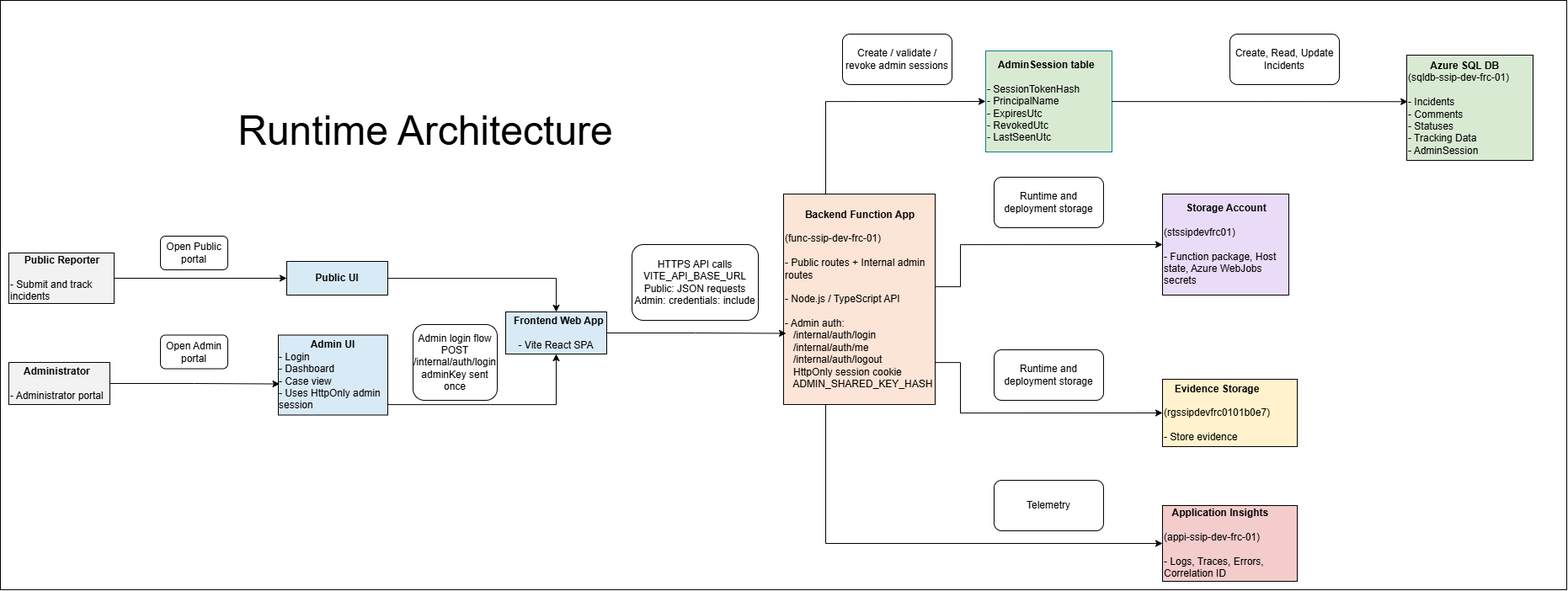
Before: docs/Architecture/Runtime_Architecture.png, a diagram exported from draw.io (erwanminguillon/secure-serverless-incident-portal). Source tidied: cells renumbered, new cells last; positions are measured from the earlier drawing's top-left corner, leaving out a move shared by most shapes.
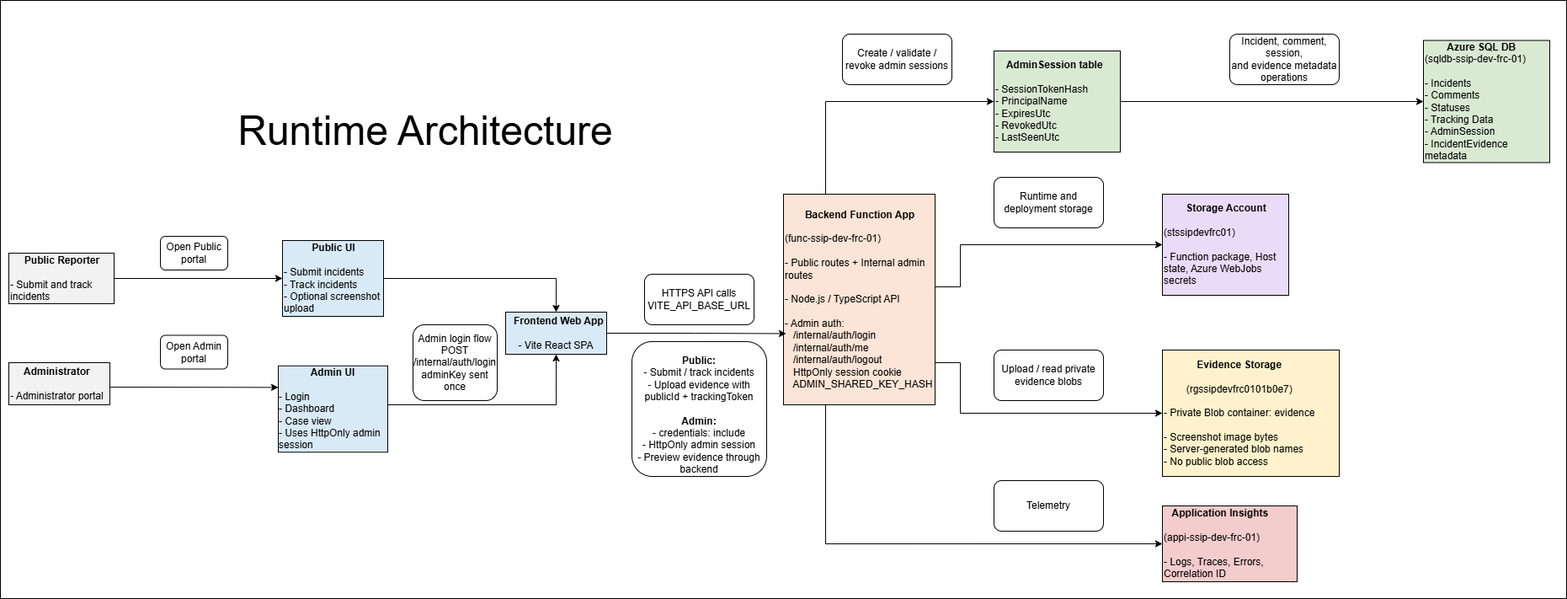
After the commit.

What changed in the source:
```diff
@@ -3,7 +3,7 @@
     <mxCell id="0" />
     <mxCell id="1" parent="0" />
     <mxCell id="2" style="rounded=0;whiteSpace=wrap;html=1;" parent="1" vertex="1">
-      <mxGeometry width="1860" height="700" as="geometry" />
+      <mxGeometry width="1860" height="710" as="geometry" />
     </mxCell>
     <mxCell id="3" style="edgeStyle=orthogonalEdgeStyle;rounded=0;jettySize=auto;html=1;entryX=0;entryY=0.5;entryDx=0;entryDy=0;" parent="1" edge="1" source="4" target="14">
       <mxGeometry relative="1" as="geometry" />
@@ -11,6 +11,14 @@
     <mxCell id="4" value="&lt;div style=&quot;text-align: center;&quot;&gt;&lt;span style=&quot;background-color: transparent; color: light-dark(rgb(0, 0, 0), rgb(255, 255, 255));&quot;&gt;&lt;b&gt;Public Reporter&lt;/b&gt;&lt;/span&gt;&lt;/div&gt;&lt;div style=&quot;text-align: center;&quot;&gt;&lt;span style=&quot;background-color: transparent; color: light-dark(rgb(0, 0, 0), rgb(255, 255, 255));&quot;&gt;&lt;b&gt;&lt;br&gt;&lt;/b&gt;&lt;/span&gt;&lt;/div&gt;&lt;div&gt;- Submit and track incidents&lt;/div&gt;" style="rounded=0;whiteSpace=wrap;html=1;align=left;fillColor=#F2F2F2;" parent="1" vertex="1">
       <mxGeometry x="10" y="300" width="125" height="60" as="geometry" />
     </mxCell>
+    <mxCell id="30" style="edgeStyle=orthogonalEdgeStyle;rounded=0;jettySize=auto;html=1;entryX=0;entryY=0.25;entryDx=0;entryDy=0;" parent="1" edge="1" source="5" target="16">
+      <mxGeometry relative="1" as="geometry">
+        <Array as="points">
+          <mxPoint x="180" y="459" />
+          <mxPoint x="180" y="459" />
+        </Array>
+      </mxGeometry>
+    </mxCell>
     <mxCell id="5" value="&lt;div style=&quot;text-align: center;&quot;&gt;&lt;span style=&quot;background-color: transparent; color: light-dark(rgb(0, 0, 0), rgb(255, 255, 255));&quot;&gt;&lt;b&gt;Administrator&lt;/b&gt;&lt;/span&gt;&lt;/div&gt;&lt;div style=&quot;text-align: center;&quot;&gt;&lt;span style=&quot;background-color: transparent; color: light-dark(rgb(0, 0, 0), rgb(255, 255, 255));&quot;&gt;&lt;b&gt;&lt;br&gt;&lt;/b&gt;&lt;/span&gt;&lt;/div&gt;&lt;div&gt;- Administrator portal&lt;/div&gt;" style="rounded=0;whiteSpace=wrap;html=1;align=left;strokeColor=default;verticalAlign=middle;fontFamily=Helvetica;fontSize=12;fontColor=default;fillColor=#F2F2F2;" parent="1" vertex="1">
       <mxGeometry x="10" y="430" width="120" height="50" as="geometry" />
     </mxCell>
@@ -51,14 +59,14 @@
     <mxCell id="11" value="&lt;div style=&quot;text-align: center;&quot;&gt;&lt;b style=&quot;background-color: transparent; color: light-dark(rgb(0, 0, 0), rgb(255, 255, 255));&quot;&gt;Backend Function App&lt;/b&gt;&lt;/div&gt;&lt;div style=&quot;text-align: center;&quot;&gt;&lt;br&gt;&lt;/div&gt;&lt;div style=&quot;&quot;&gt;(func-ssip-dev-frc-01)&lt;/div&gt;&lt;div style=&quot;&quot;&gt;&lt;br&gt;&lt;/div&gt;&lt;div style=&quot;&quot;&gt;- Public routes + Internal admin routes&lt;/div&gt;&lt;div&gt;&lt;br&gt;&lt;/div&gt;&lt;div style=&quot;&quot;&gt;- Node.js / TypeScript API&lt;/div&gt;&lt;div style=&quot;&quot;&gt;&lt;br&gt;&lt;/div&gt;&lt;div style=&quot;&quot;&gt;-&amp;nbsp;&lt;span style=&quot;background-color: transparent; color: light-dark(rgb(0, 0, 0), rgb(255, 255, 255));&quot;&gt;Admin auth:&lt;/span&gt;&lt;/div&gt;&lt;div class=&quot;scriptor-paragraph&quot;&gt;&lt;span&gt;&amp;nbsp; &amp;nbsp;/internal/auth/login&lt;/span&gt;&lt;/div&gt;&lt;div class=&quot;scriptor-paragraph&quot;&gt;&lt;span&gt;&amp;nbsp; &amp;nbsp;/internal/auth/me&lt;/span&gt;&lt;/div&gt;&lt;div class=&quot;scriptor-paragraph&quot;&gt;&lt;span&gt;&amp;nbsp; &amp;nbsp;/internal/auth/logout&lt;/span&gt;&lt;/div&gt;&lt;div class=&quot;scriptor-paragraph&quot;&gt;&lt;span&gt;&amp;nbsp; &amp;nbsp;HttpOnly session cookie&lt;/span&gt;&lt;/div&gt;&lt;div class=&quot;scriptor-paragraph&quot;&gt;&lt;span&gt;&amp;nbsp; &amp;nbsp;ADMIN_SHARED_KEY_HASH&lt;/span&gt;&lt;/div&gt;" style="rounded=0;whiteSpace=wrap;html=1;align=left;fillColor=light-dark(#fce4d6, #ededed);" parent="1" vertex="1">
       <mxGeometry x="930" y="230" width="180" height="250" as="geometry" />
     </mxCell>
-    <mxCell id="12" value="&lt;div style=&quot;&quot;&gt;&lt;div class=&quot;scriptor-paragraph&quot;&gt;&lt;span&gt;&lt;b&gt;&amp;nbsp; &amp;nbsp; &amp;nbsp; &amp;nbsp; Azure SQL DB&lt;/b&gt;&lt;/span&gt;&lt;/div&gt;&lt;div class=&quot;scriptor-paragraph&quot;&gt;&lt;span&gt;(sqldb-ssip-dev-frc-01)&lt;/span&gt;&lt;/div&gt;&lt;br class=&quot;scriptor-paragraph&quot;&gt;&lt;div class=&quot;scriptor-paragraph&quot;&gt;&lt;span&gt;- Incidents&lt;/span&gt;&lt;/div&gt;&lt;div class=&quot;scriptor-paragraph&quot;&gt;&lt;span&gt;- Comments&lt;/span&gt;&lt;/div&gt;&lt;div class=&quot;scriptor-paragraph&quot;&gt;&lt;span&gt;- Statuses&lt;/span&gt;&lt;/div&gt;&lt;div class=&quot;scriptor-paragraph&quot;&gt;&lt;span&gt;- Tracking Data&lt;/span&gt;&lt;/div&gt;&lt;div class=&quot;scriptor-paragraph&quot;&gt;&lt;span&gt;- AdminSession&lt;/span&gt;&lt;/div&gt;&lt;/div&gt;" style="rounded=0;whiteSpace=wrap;html=1;align=left;fillColor=light-dark(#d9ead3, #ededed);" parent="1" vertex="1">
-      <mxGeometry x="1670" y="65" width="150" height="125" as="geometry" />
+    <mxCell id="12" value="&lt;div style=&quot;&quot;&gt;&lt;div class=&quot;scriptor-paragraph&quot;&gt;&lt;span&gt;&lt;b&gt;&amp;nbsp; &amp;nbsp; &amp;nbsp; &amp;nbsp; Azure SQL DB&lt;/b&gt;&lt;/span&gt;&lt;/div&gt;&lt;div class=&quot;scriptor-paragraph&quot;&gt;&lt;span&gt;(sqldb-ssip-dev-frc-01)&lt;/span&gt;&lt;/div&gt;&lt;br class=&quot;scriptor-paragraph&quot;&gt;&lt;div class=&quot;scriptor-paragraph&quot;&gt;&lt;span&gt;- Incidents&lt;/span&gt;&lt;/div&gt;&lt;div class=&quot;scriptor-paragraph&quot;&gt;&lt;span&gt;- Comments&lt;/span&gt;&lt;/div&gt;&lt;div class=&quot;scriptor-paragraph&quot;&gt;&lt;span&gt;- Statuses&lt;/span&gt;&lt;/div&gt;&lt;div class=&quot;scriptor-paragraph&quot;&gt;&lt;span&gt;- Tracking Data&lt;/span&gt;&lt;/div&gt;&lt;div class=&quot;scriptor-paragraph&quot;&gt;&lt;span&gt;- AdminSession&lt;/span&gt;&lt;/div&gt;&lt;div class=&quot;scriptor-paragraph&quot;&gt;&lt;span&gt;- IncidentEvidence metadata&lt;/span&gt;&lt;span&gt;&lt;/span&gt;&lt;/div&gt;&lt;/div&gt;" style="rounded=0;whiteSpace=wrap;html=1;align=left;fillColor=light-dark(#d9ead3, #ededed);" parent="1" vertex="1">
+      <mxGeometry x="1690" y="47.5" width="150" height="145" as="geometry" />
     </mxCell>
     <mxCell id="13" style="edgeStyle=orthogonalEdgeStyle;rounded=0;jettySize=auto;html=1;entryX=0.5;entryY=0;entryDx=0;entryDy=0;" parent="1" edge="1" source="14" target="6">
       <mxGeometry relative="1" as="geometry" />
     </mxCell>
-    <mxCell id="14" value="&lt;b&gt;Public UI&lt;/b&gt;" style="rounded=0;whiteSpace=wrap;html=1;strokeColor=default;fillColor=light-dark(#d9eaf7, #ededed);" parent="1" vertex="1">
-      <mxGeometry x="340" y="310" width="120" height="40" as="geometry" />
+    <mxCell id="14" value="&lt;div style=&quot;text-align: center;&quot;&gt;&lt;b style=&quot;background-color: transparent; color: light-dark(rgb(0, 0, 0), rgb(255, 255, 255));&quot;&gt;Public UI&lt;/b&gt;&lt;/div&gt;&lt;div style=&quot;text-align: center;&quot;&gt;&lt;b style=&quot;background-color: transparent; color: light-dark(rgb(0, 0, 0), rgb(255, 255, 255));&quot;&gt;&lt;br&gt;&lt;/b&gt;&lt;/div&gt;&lt;div&gt;&lt;div class=&quot;scriptor-paragraph&quot;&gt;&lt;span&gt;- Submit incidents&lt;/span&gt;&lt;/div&gt;&lt;div class=&quot;scriptor-paragraph&quot;&gt;&lt;span&gt;- Track incidents&lt;/span&gt;&lt;/div&gt;&lt;div class=&quot;scriptor-paragraph&quot;&gt;&lt;span&gt;- Optional screenshot upload&lt;/span&gt;&lt;/div&gt;&lt;/div&gt;" style="rounded=0;whiteSpace=wrap;html=1;strokeColor=default;fillColor=light-dark(#d9eaf7, #ededed);align=left;" parent="1" vertex="1">
+      <mxGeometry x="335" y="285" width="120" height="90" as="geometry" />
     </mxCell>
     <mxCell id="15" style="edgeStyle=orthogonalEdgeStyle;rounded=0;jettySize=auto;html=1;entryX=0.5;entryY=1;entryDx=0;entryDy=0;" parent="1" edge="1" source="16" target="6">
       <mxGeometry relative="1" as="geometry">
@@ -67,14 +75,14 @@
         </Array>
       </mxGeometry>
     </mxCell>
-    <mxCell id="16" value="&lt;div class=&quot;scriptor-paragraph&quot;&gt;&lt;span&gt;&lt;b&gt;Admin UI&lt;/b&gt;&lt;/span&gt;&lt;/div&gt;&lt;div class=&quot;scriptor-paragraph&quot; style=&quot;text-align: left;&quot;&gt;&lt;span&gt;- Login&lt;/span&gt;&lt;/div&gt;&lt;div class=&quot;scriptor-paragraph&quot; style=&quot;text-align: left;&quot;&gt;&lt;span&gt;- Dashboard&lt;/span&gt;&lt;/div&gt;&lt;div class=&quot;scriptor-paragraph&quot; style=&quot;text-align: left;&quot;&gt;&lt;span&gt;- Case view&lt;/span&gt;&lt;/div&gt;&lt;div class=&quot;scriptor-paragraph&quot; style=&quot;text-align: left;&quot;&gt;&lt;span&gt;- Uses HttpOnly admin session&lt;/span&gt;&lt;/div&gt;" style="rounded=0;whiteSpace=wrap;html=1;strokeColor=default;align=center;verticalAlign=middle;fontFamily=Helvetica;fontSize=12;fontColor=default;fillColor=light-dark(#d9eaf7, #ededed);" parent="1" vertex="1">
-      <mxGeometry x="330" y="397.5" width="130" height="95" as="geometry" />
+    <mxCell id="16" value="&lt;div class=&quot;scriptor-paragraph&quot;&gt;&lt;span&gt;&lt;b&gt;Admin UI&lt;/b&gt;&lt;/span&gt;&lt;/div&gt;&lt;div class=&quot;scriptor-paragraph&quot;&gt;&lt;span&gt;&lt;b&gt;&lt;br&gt;&lt;/b&gt;&lt;/span&gt;&lt;/div&gt;&lt;div class=&quot;scriptor-paragraph&quot; style=&quot;text-align: left;&quot;&gt;&lt;span&gt;- Login&lt;/span&gt;&lt;/div&gt;&lt;div class=&quot;scriptor-paragraph&quot; style=&quot;text-align: left;&quot;&gt;&lt;span&gt;- Dashboard&lt;/span&gt;&lt;/div&gt;&lt;div class=&quot;scriptor-paragraph&quot; style=&quot;text-align: left;&quot;&gt;&lt;span&gt;- Case view&lt;/span&gt;&lt;/div&gt;&lt;div class=&quot;scriptor-paragraph&quot; style=&quot;text-align: left;&quot;&gt;&lt;span&gt;- Uses HttpOnly admin session&lt;/span&gt;&lt;/div&gt;" style="rounded=0;whiteSpace=wrap;html=1;strokeColor=default;align=center;verticalAlign=middle;fontFamily=Helvetica;fontSize=12;fontColor=default;fillColor=light-dark(#d9eaf7, #ededed);" parent="1" vertex="1">
+      <mxGeometry x="330" y="433.8" width="130" height="102.5" as="geometry" />
     </mxCell>
     <mxCell id="17" value="&lt;div style=&quot;text-align: center;&quot;&gt;&lt;b style=&quot;background-color: transparent; color: light-dark(rgb(0, 0, 0), rgb(255, 255, 255));&quot;&gt;Storage Account&lt;/b&gt;&lt;/div&gt;&lt;div&gt;&lt;br&gt;&lt;div&gt;(stssipdevfrc01)&lt;/div&gt;&lt;div&gt;&lt;br&gt;&lt;/div&gt;&lt;div&gt;- Function package, Host state, Azure WebJobs secrets&amp;nbsp;&lt;/div&gt;&lt;/div&gt;" style="rounded=0;whiteSpace=wrap;html=1;align=left;fillColor=light-dark(#eadcf8, #ededed);" parent="1" vertex="1">
       <mxGeometry x="1380" y="230" width="150" height="120" as="geometry" />
     </mxCell>
-    <mxCell id="18" value="&lt;div style=&quot;text-align: center;&quot;&gt;&lt;b style=&quot;background-color: transparent; color: light-dark(rgb(0, 0, 0), rgb(255, 255, 255));&quot;&gt;Evidence Storage&lt;/b&gt;&lt;/div&gt;&lt;div style=&quot;text-align: center;&quot;&gt;&lt;span style=&quot;background-color: transparent; color: light-dark(rgb(0, 0, 0), rgb(255, 255, 255));&quot;&gt;&lt;br&gt;&lt;/span&gt;&lt;/div&gt;&lt;div style=&quot;text-align: center;&quot;&gt;&lt;span style=&quot;background-color: transparent; color: light-dark(rgb(0, 0, 0), rgb(255, 255, 255));&quot;&gt;(rgssipdevfrc0101b0e7)&lt;/span&gt;&lt;/div&gt;&lt;div&gt;&lt;br&gt;&lt;/div&gt;&lt;div&gt;- Store evidence&amp;nbsp;&lt;/div&gt;" style="rounded=0;whiteSpace=wrap;html=1;align=left;fillColor=light-dark(#fff2cc, #ededed);" parent="1" vertex="1">
-      <mxGeometry x="1380" y="450" width="160" height="80" as="geometry" />
+    <mxCell id="18" value="&lt;div style=&quot;text-align: center;&quot;&gt;&lt;b style=&quot;background-color: transparent; color: light-dark(rgb(0, 0, 0), rgb(255, 255, 255));&quot;&gt;Evidence Storage&lt;/b&gt;&lt;/div&gt;&lt;div style=&quot;text-align: center;&quot;&gt;&lt;span style=&quot;background-color: transparent; color: light-dark(rgb(0, 0, 0), rgb(255, 255, 255));&quot;&gt;&lt;br&gt;&lt;/span&gt;&lt;/div&gt;&lt;div style=&quot;text-align: center;&quot;&gt;&lt;span style=&quot;background-color: transparent; color: light-dark(rgb(0, 0, 0), rgb(255, 255, 255));&quot;&gt;(rgssipdevfrc0101b0e7)&lt;/span&gt;&lt;/div&gt;&lt;div&gt;&lt;br&gt;&lt;/div&gt;&lt;div&gt;-&amp;nbsp;&lt;span style=&quot;background-color: transparent; color: light-dark(rgb(0, 0, 0), rgb(255, 255, 255));&quot;&gt;Private Blob container: evidence&lt;/span&gt;&lt;/div&gt;&lt;br class=&quot;scriptor-paragraph&quot;&gt;&lt;div class=&quot;scriptor-paragraph&quot;&gt;&lt;span&gt;- Screenshot image bytes&lt;/span&gt;&lt;/div&gt;&lt;div class=&quot;scriptor-paragraph&quot;&gt;&lt;span&gt;- Server-generated blob names&lt;/span&gt;&lt;/div&gt;&lt;div class=&quot;scriptor-paragraph&quot;&gt;&lt;span&gt;- No public blob access&lt;/span&gt;&lt;/div&gt;" style="rounded=0;whiteSpace=wrap;html=1;align=left;fillColor=light-dark(#fff2cc, #ededed);" parent="1" vertex="1">
+      <mxGeometry x="1380" y="415" width="210" height="150" as="geometry" />
     </mxCell>
     <mxCell id="19" value="&lt;div style=&quot;text-align: center;&quot;&gt;&lt;b style=&quot;background-color: transparent; color: light-dark(rgb(0, 0, 0), rgb(255, 255, 255));&quot;&gt;&amp;nbsp; &amp;nbsp;Application Insights&lt;/b&gt;&lt;/div&gt;&lt;div&gt;&lt;br&gt;&lt;/div&gt;&lt;div&gt;(appi-ssip-dev-frc-01)&lt;/div&gt;&lt;div&gt;&lt;br&gt;&lt;/div&gt;&lt;div&gt;- Logs, Traces, Errors,&lt;/div&gt;&lt;div&gt;Correlation ID&amp;nbsp;&lt;/div&gt;" style="rounded=0;whiteSpace=wrap;html=1;align=left;fillColor=light-dark(#f4cccc, #ededed);" parent="1" vertex="1">
       <mxGeometry x="1380" y="600" width="160" height="90" as="geometry" />
@@ -85,16 +93,16 @@
     <mxCell id="21" value="Open Admin portal" style="rounded=1;whiteSpace=wrap;html=1;" parent="1" vertex="1">
       <mxGeometry x="190" y="397.5" width="80" height="40" as="geometry" />
     </mxCell>
-    <mxCell id="22" value="&lt;div class=&quot;scriptor-paragraph&quot;&gt;&lt;span&gt;HTTPS API calls&lt;/span&gt;&lt;/div&gt;&lt;div class=&quot;scriptor-paragraph&quot;&gt;&lt;span&gt;VITE_API_BASE_URL&lt;/span&gt;&lt;/div&gt;&lt;div class=&quot;scriptor-paragraph&quot;&gt;&lt;span&gt;Public: JSON requests&lt;/span&gt;&lt;/div&gt;&lt;div class=&quot;scriptor-paragraph&quot;&gt;&lt;span&gt;Admin: credentials: include&lt;/span&gt;&lt;/div&gt;" style="rounded=1;whiteSpace=wrap;html=1;" parent="1" vertex="1">
-      <mxGeometry x="750" y="290" width="150" height="90" as="geometry" />
+    <mxCell id="22" value="&lt;div class=&quot;scriptor-paragraph&quot;&gt;&lt;span&gt;HTTPS API calls&lt;/span&gt;&lt;/div&gt;&lt;div class=&quot;scriptor-paragraph&quot;&gt;&lt;span&gt;VITE_API_BASE_URL&lt;/span&gt;&lt;/div&gt;" style="rounded=1;whiteSpace=wrap;html=1;" parent="1" vertex="1">
+      <mxGeometry x="765" y="325" width="130" height="60" as="geometry" />
     </mxCell>
-    <mxCell id="23" value="Create, Read, Update Incidents" style="rounded=1;whiteSpace=wrap;html=1;" parent="1" vertex="1">
+    <mxCell id="23" value="&lt;div class=&quot;scriptor-paragraph&quot;&gt;&lt;span&gt;Incident, comment, session,&lt;/span&gt;&lt;/div&gt;&lt;div class=&quot;scriptor-paragraph&quot;&gt;&lt;span&gt;and evidence metadata operations&lt;/span&gt;&lt;/div&gt;" style="rounded=1;whiteSpace=wrap;html=1;" parent="1" vertex="1">
       <mxGeometry x="1460" y="40" width="130" height="60" as="geometry" />
     </mxCell>
     <mxCell id="24" value="Runtime and deployment storage" style="rounded=1;whiteSpace=wrap;html=1;" parent="1" vertex="1">
       <mxGeometry x="1180" y="210" width="130" height="60" as="geometry" />
     </mxCell>
-    <mxCell id="25" value="Runtime and deployment storage" style="rounded=1;whiteSpace=wrap;html=1;" parent="1" vertex="1">
+    <mxCell id="25" value="&lt;span&gt;Upload / read private evidence blobs&lt;/span&gt;" style="rounded=1;whiteSpace=wrap;html=1;" parent="1" vertex="1">
       <mxGeometry x="1180" y="415" width="130" height="60" as="geometry" />
     </mxCell>
     <mxCell id="26" value="Telemetry" style="rounded=1;whiteSpace=wrap;html=1;" parent="1" vertex="1">
@@ -109,17 +117,17 @@
     <mxCell id="29" value="&lt;div class=&quot;scriptor-paragraph&quot;&gt;&lt;span&gt;Admin login flow&lt;/span&gt;&lt;/div&gt;&lt;div class=&quot;scriptor-paragraph&quot;&gt;&lt;span&gt;POST /internal/auth/login&lt;/span&gt;&lt;/div&gt;&lt;div class=&quot;scriptor-paragraph&quot;&gt;&lt;span&gt;adminKey sent once&lt;/span&gt;&lt;/div&gt;" style="rounded=1;whiteSpace=wrap;html=1;" parent="1" vertex="1">
       <mxGeometry x="490" y="385" width="100" height="90" as="geometry" />
     </mxCell>
-    <mxCell id="30" style="edgeStyle=orthogonalEdgeStyle;rounded=0;jettySize=auto;html=1;entryX=0.012;entryY=0.611;entryDx=0;entryDy=0;entryPerimeter=0;" parent="1" edge="1" source="5" target="16">
-      <mxGeometry relative="1" as="geometry" />
-    </mxCell>
+    <mxCell id="33" style="edgeStyle=orthogonalEdgeStyle;rounded=0;jettySize=auto;html=1;entryX=0;entryY=0.5;entryDx=0;entryDy=0;" parent="1" edge="1" source="31" target="12">
+      <mxGeometry relative="1" as="geometry" />
+    </mxCell>
-    <mxCell id="31" value="&lt;div style=&quot;&quot;&gt;&lt;div class=&quot;scriptor-paragraph&quot; style=&quot;text-align: center;&quot;&gt;&lt;span&gt;&lt;b&gt;&amp;nbsp; &amp;nbsp; AdminSession table&lt;/b&gt;&lt;/span&gt;&lt;/div&gt;&lt;div class=&quot;scriptor-paragraph&quot; style=&quot;text-align: center;&quot;&gt;&lt;span&gt;&lt;b&gt;&lt;br&gt;&lt;/b&gt;&lt;/span&gt;&lt;/div&gt;&lt;div class=&quot;scriptor-paragraph&quot;&gt;&lt;span&gt;- SessionTokenHash&lt;/span&gt;&lt;/div&gt;&lt;div class=&quot;scriptor-paragraph&quot;&gt;&lt;span&gt;- PrincipalName&lt;/span&gt;&lt;/div&gt;&lt;div class=&quot;scriptor-paragraph&quot;&gt;&lt;span&gt;- ExpiresUtc&lt;/span&gt;&lt;/div&gt;&lt;div class=&quot;scriptor-paragraph&quot;&gt;&lt;span&gt;- RevokedUtc&lt;/span&gt;&lt;/div&gt;&lt;div class=&quot;scriptor-paragraph&quot;&gt;&lt;span&gt;- LastSeenUtc&lt;/span&gt;&lt;/div&gt;&lt;/div&gt;" style="rounded=0;whiteSpace=wrap;html=1;align=left;fillColor=#D9EAD3;strokeColor=#0e8088;" parent="1" vertex="1">
-      <mxGeometry x="1170" y="60" width="150" height="120" as="geometry" />
+    <mxCell id="31" value="&lt;div style=&quot;&quot;&gt;&lt;div class=&quot;scriptor-paragraph&quot; style=&quot;text-align: center;&quot;&gt;&lt;span&gt;&lt;b&gt;&amp;nbsp; &amp;nbsp; AdminSession table&lt;/b&gt;&lt;/span&gt;&lt;/div&gt;&lt;div class=&quot;scriptor-paragraph&quot; style=&quot;text-align: center;&quot;&gt;&lt;span&gt;&lt;b&gt;&lt;br&gt;&lt;/b&gt;&lt;/span&gt;&lt;/div&gt;&lt;div class=&quot;scriptor-paragraph&quot;&gt;&lt;span&gt;- SessionTokenHash&lt;/span&gt;&lt;/div&gt;&lt;div class=&quot;scriptor-paragraph&quot;&gt;&lt;span&gt;- PrincipalName&lt;/span&gt;&lt;/div&gt;&lt;div class=&quot;scriptor-paragraph&quot;&gt;&lt;span&gt;- ExpiresUtc&lt;/span&gt;&lt;/div&gt;&lt;div class=&quot;scriptor-paragraph&quot;&gt;&lt;span&gt;- RevokedUtc&lt;/span&gt;&lt;/div&gt;&lt;div class=&quot;scriptor-paragraph&quot;&gt;&lt;span&gt;- LastSeenUtc&lt;/span&gt;&lt;/div&gt;&lt;/div&gt;" style="rounded=0;whiteSpace=wrap;html=1;align=left;fillColor=#D9EAD3;strokeColor=#000000;" parent="1" vertex="1">
+      <mxGeometry x="1180" y="60" width="150" height="120" as="geometry" />
     </mxCell>
     <mxCell id="32" value="&lt;span&gt;Create / validate / revoke admin sessions&lt;/span&gt;" style="rounded=1;whiteSpace=wrap;html=1;" parent="1" vertex="1">
       <mxGeometry x="1000" y="40" width="130" height="60" as="geometry" />
     </mxCell>
-    <mxCell id="33" style="edgeStyle=orthogonalEdgeStyle;rounded=0;jettySize=auto;html=1;entryX=0.008;entryY=0.442;entryDx=0;entryDy=0;entryPerimeter=0;" parent="1" edge="1" source="31" target="12">
-      <mxGeometry relative="1" as="geometry" />
-    </mxCell>
+    <mxCell id="34" value="&lt;div class=&quot;scriptor-paragraph&quot;&gt;&lt;div class=&quot;scriptor-paragraph&quot;&gt;&lt;br&gt;&lt;/div&gt;&lt;div class=&quot;scriptor-paragraph&quot;&gt;&lt;span&gt;&lt;b&gt;Public:&lt;/b&gt;&lt;/span&gt;&lt;/div&gt;&lt;div class=&quot;scriptor-paragraph&quot;&gt;&lt;span&gt;- Submit / track incidents&lt;/span&gt;&lt;/div&gt;&lt;div class=&quot;scriptor-paragraph&quot;&gt;&lt;span&gt;- Upload evidence with publicId + trackingToken&lt;/span&gt;&lt;/div&gt;&lt;br class=&quot;scriptor-paragraph&quot;&gt;&lt;div class=&quot;scriptor-paragraph&quot;&gt;&lt;span&gt;&lt;b&gt;Admin:&lt;/b&gt;&lt;/span&gt;&lt;/div&gt;&lt;div class=&quot;scriptor-paragraph&quot;&gt;&lt;span&gt;- credentials: include&lt;/span&gt;&lt;/div&gt;&lt;div class=&quot;scriptor-paragraph&quot;&gt;&lt;span&gt;- HttpOnly admin session&lt;/span&gt;&lt;/div&gt;&lt;div class=&quot;scriptor-paragraph&quot;&gt;&lt;span&gt;- Preview evidence through backend&lt;/span&gt;&lt;/div&gt;&lt;/div&gt;" style="rounded=1;whiteSpace=wrap;html=1;" parent="1" vertex="1">
+      <mxGeometry x="750" y="405" width="160" height="160" as="geometry" />
+    </mxCell>
   </root>
 </mxGraphModel>
```
